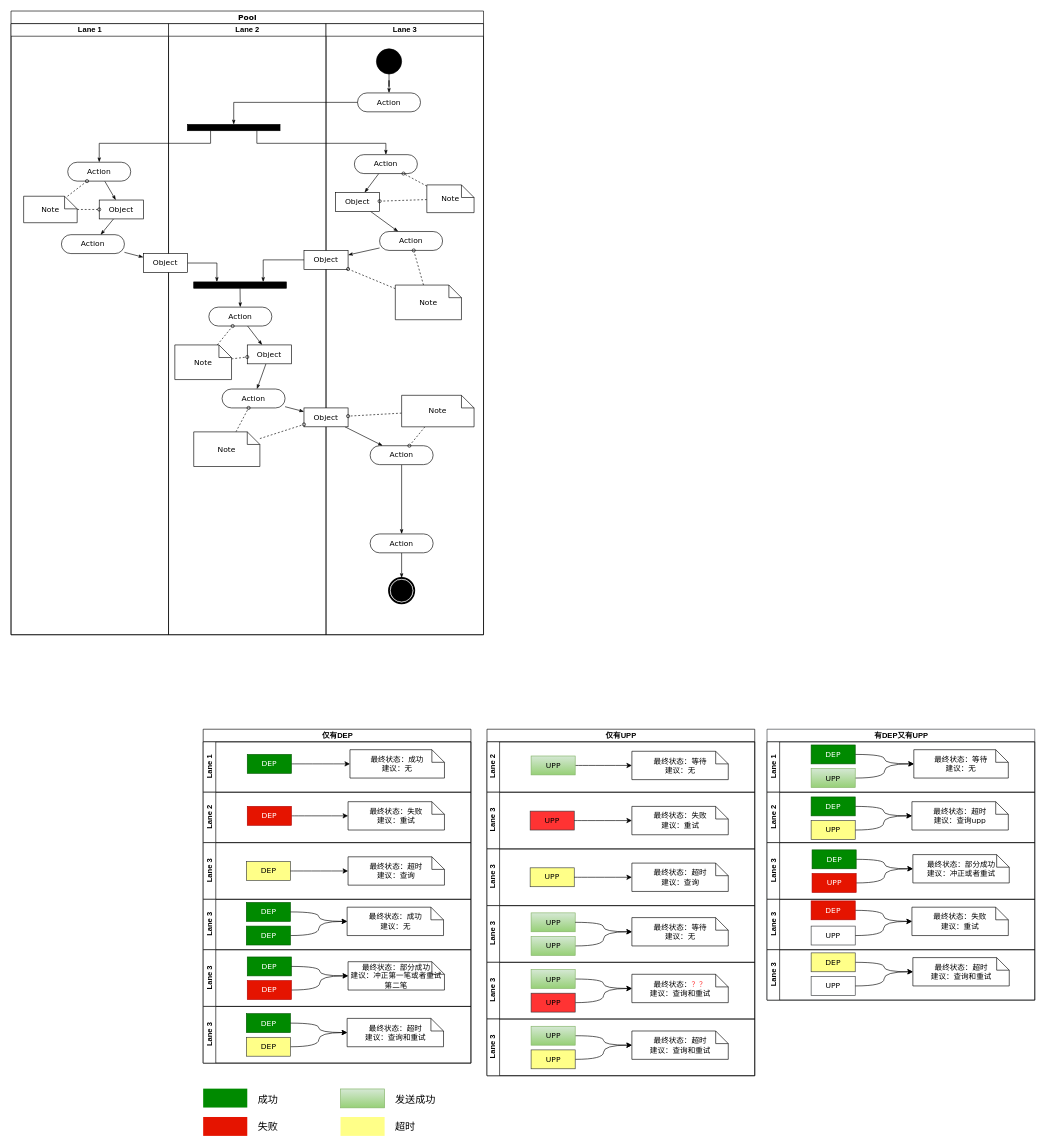
Above: 清算引擎交互流程图.drawio in staconfree/design (draw.io), before the change. Source tidied: cells renumbered, new cells numbered last; positions are measured from the earlier drawing's top-left corner, leaving out a move shared by most shapes. Both pictures are drawn from the tidied source at 63%, with x=0, y=0 at pixel (11, 11).
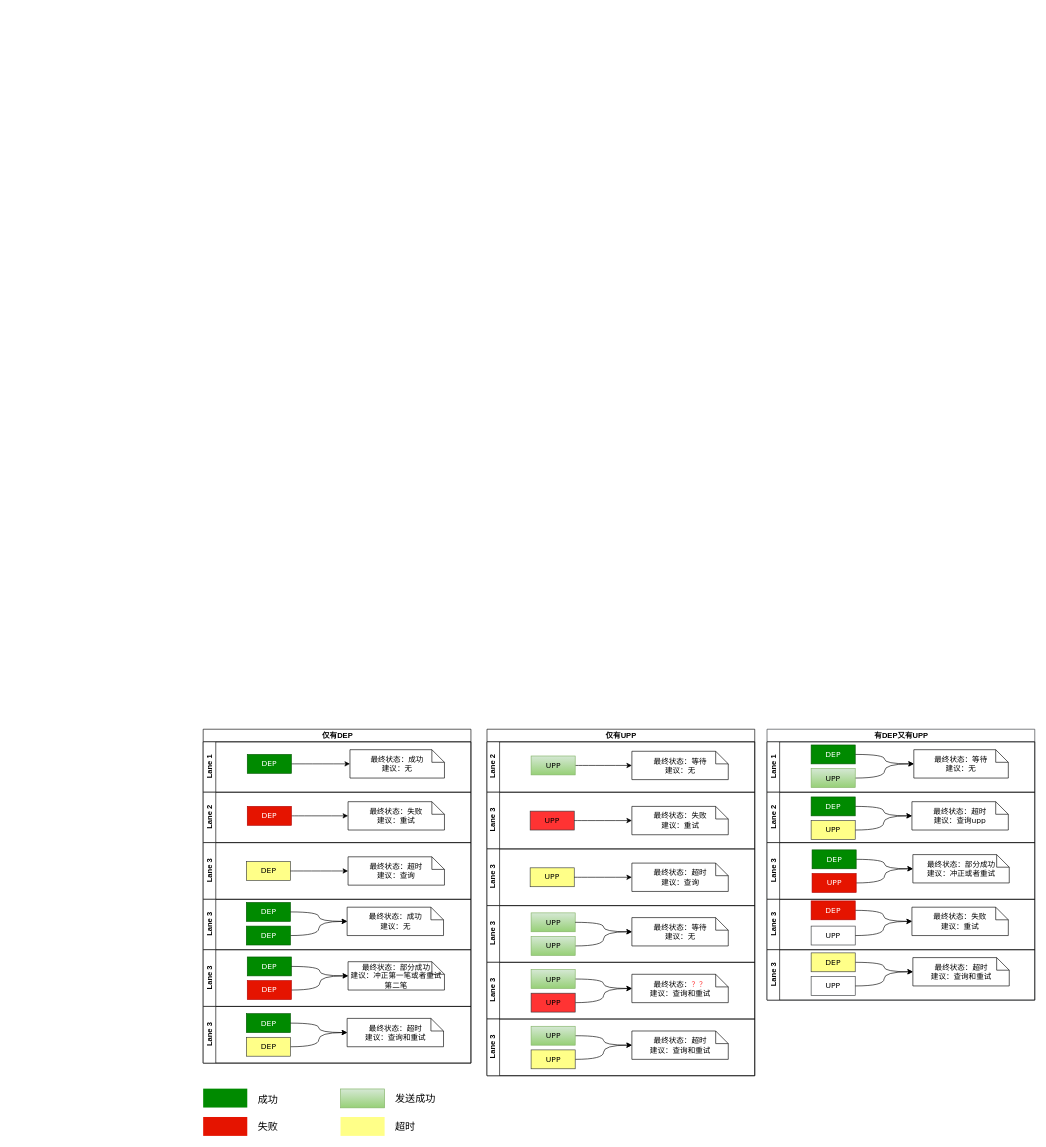
The same diagram, later.

Commit message (it also covers changes not shown here):
更新清算引擎交互流程图.drawio

What changed in the source:
```diff
@@
-    <mxCell id="2" value="Pool" style="swimlane;html=1;startSize=20;rounded=0;shadow=0;comic=0;labelBackgroundColor=none;strokeColor=#000000;strokeWidth=1;fillColor=#ffffff;fontFamily=Verdana;fontSize=12;fontColor=#000000;align=center;" parent="1" vertex="1">
-      <mxGeometry width="750" height="990" as="geometry" />
-    </mxCell>
-    <mxCell id="3" value="Lane 1" style="swimlane;html=1;startSize=20;" parent="2" vertex="1">
-      <mxGeometry y="20" width="250" height="970" as="geometry" />
-    </mxCell>
-    <mxCell id="4" style="edgeStyle=none;rounded=0;html=1;labelBackgroundColor=none;startArrow=none;startFill=0;startSize=5;endArrow=classicThin;endFill=1;endSize=5;jettySize=auto;strokeColor=#000000;strokeWidth=1;fontFamily=Verdana;fontSize=12;fontColor=#000000;" parent="3" edge="1" source="5" target="8">
-      <mxGeometry relative="1" as="geometry" />
-    </mxCell>
-    <mxCell id="5" value="Action" style="rounded=1;whiteSpace=wrap;html=1;shadow=0;comic=0;labelBackgroundColor=none;strokeColor=#000000;strokeWidth=1;fillColor=#ffffff;fontFamily=Verdana;fontSize=12;fontColor=#000000;align=center;arcSize=50;" parent="3" vertex="1">
-      <mxGeometry x="90" y="220" width="100" height="30" as="geometry" />
-    </mxCell>
-    <mxCell id="6" value="Action" style="rounded=1;whiteSpace=wrap;html=1;shadow=0;comic=0;labelBackgroundColor=none;strokeColor=#000000;strokeWidth=1;fillColor=#ffffff;fontFamily=Verdana;fontSize=12;fontColor=#000000;align=center;arcSize=50;" parent="3" vertex="1">
-      <mxGeometry x="80" y="335" width="100" height="30" as="geometry" />
-    </mxCell>
-    <mxCell id="7" style="edgeStyle=none;rounded=0;html=1;labelBackgroundColor=none;startArrow=none;startFill=0;startSize=5;endArrow=classicThin;endFill=1;endSize=5;jettySize=auto;strokeColor=#000000;strokeWidth=1;fontFamily=Verdana;fontSize=12;fontColor=#000000;" parent="3" edge="1" source="8" target="6">
-      <mxGeometry relative="1" as="geometry" />
-    </mxCell>
-    <mxCell id="8" value="Object" style="rounded=0;whiteSpace=wrap;html=1;shadow=0;comic=0;labelBackgroundColor=none;strokeColor=#000000;strokeWidth=1;fillColor=#ffffff;fontFamily=Verdana;fontSize=12;fontColor=#000000;align=center;arcSize=50;" parent="3" vertex="1">
-      <mxGeometry x="140" y="280" width="70" height="30" as="geometry" />
-    </mxCell>
-    <mxCell id="9" style="edgeStyle=none;rounded=0;html=1;labelBackgroundColor=none;startArrow=none;startFill=0;startSize=5;endArrow=oval;endFill=0;endSize=5;jettySize=auto;strokeColor=#000000;strokeWidth=1;fontFamily=Verdana;fontSize=12;fontColor=#000000;dashed=1;" parent="3" edge="1" source="11" target="5">
-      <mxGeometry relative="1" as="geometry" />
-    </mxCell>
-    <mxCell id="10" style="edgeStyle=none;rounded=0;html=1;dashed=1;labelBackgroundColor=none;startArrow=none;startFill=0;startSize=5;endArrow=oval;endFill=0;endSize=5;jettySize=auto;strokeColor=#000000;strokeWidth=1;fontFamily=Verdana;fontSize=12;fontColor=#000000;" parent="3" edge="1" source="11" target="8">
-      <mxGeometry relative="1" as="geometry" />
-    </mxCell>
-    <mxCell id="11" value="Note" style="shape=note;whiteSpace=wrap;html=1;rounded=0;shadow=0;comic=0;labelBackgroundColor=none;strokeColor=#000000;strokeWidth=1;fillColor=#ffffff;fontFamily=Verdana;fontSize=12;fontColor=#000000;align=center;size=20;" parent="3" vertex="1">
-      <mxGeometry x="20" y="274" width="85" height="42" as="geometry" />
-    </mxCell>
-    <mxCell id="12" value="Lane 2" style="swimlane;html=1;startSize=20;" parent="2" vertex="1">
-      <mxGeometry x="250" y="20" width="250" height="970" as="geometry" />
-    </mxCell>
-    <mxCell id="13" style="whiteSpace=wrap;html=1;rounded=0;shadow=0;comic=0;labelBackgroundColor=none;strokeColor=#000000;strokeWidth=1;fillColor=#000000;fontFamily=Verdana;fontSize=12;fontColor=#000000;align=center;rotation=0;" parent="12" vertex="1">
-      <mxGeometry x="30" y="160" width="147" height="10" as="geometry" />
-    </mxCell>
-    <mxCell id="14" style="edgeStyle=none;rounded=0;html=1;labelBackgroundColor=none;startArrow=none;startFill=0;startSize=5;endArrow=classicThin;endFill=1;endSize=5;jettySize=auto;strokeColor=#000000;strokeWidth=1;fontFamily=Verdana;fontSize=12;fontColor=#000000;" parent="12" edge="1" source="15" target="21">
-      <mxGeometry relative="1" as="geometry" />
-    </mxCell>
-    <mxCell id="15" value="Action" style="rounded=1;whiteSpace=wrap;html=1;shadow=0;comic=0;labelBackgroundColor=none;strokeColor=#000000;strokeWidth=1;fillColor=#ffffff;fontFamily=Verdana;fontSize=12;fontColor=#000000;align=center;arcSize=50;" parent="12" vertex="1">
-      <mxGeometry x="64" y="450" width="100" height="30" as="geometry" />
-    </mxCell>
-    <mxCell id="16" style="edgeStyle=none;rounded=0;html=1;labelBackgroundColor=none;startArrow=none;startFill=0;startSize=5;endArrow=classicThin;endFill=1;endSize=5;jettySize=auto;strokeColor=#000000;strokeWidth=1;fontFamily=Verdana;fontSize=12;fontColor=#000000;" parent="12" edge="1" source="17" target="15">
-      <mxGeometry relative="1" as="geometry" />
-    </mxCell>
-    <mxCell id="17" style="whiteSpace=wrap;html=1;rounded=0;shadow=0;comic=0;labelBackgroundColor=none;strokeColor=#000000;strokeWidth=1;fillColor=#000000;fontFamily=Verdana;fontSize=12;fontColor=#000000;align=center;rotation=0;" parent="12" vertex="1">
-      <mxGeometry x="40" y="410" width="147" height="10" as="geometry" />
-    </mxCell>
-    <mxCell id="18" style="edgeStyle=orthogonalEdgeStyle;rounded=0;html=1;entryX=0.25;entryY=0;labelBackgroundColor=none;startArrow=none;startFill=0;startSize=5;endArrow=classicThin;endFill=1;endSize=5;jettySize=auto;strokeColor=#000000;strokeWidth=1;fontFamily=Verdana;fontSize=12;fontColor=#000000;" parent="12" edge="1" source="19" target="17">
-      <mxGeometry relative="1" as="geometry" />
-    </mxCell>
-    <mxCell id="19" value="Object" style="rounded=0;whiteSpace=wrap;html=1;shadow=0;comic=0;labelBackgroundColor=none;strokeColor=#000000;strokeWidth=1;fillColor=#ffffff;fontFamily=Verdana;fontSize=12;fontColor=#000000;align=center;arcSize=50;" parent="12" vertex="1">
-      <mxGeometry x="-40" y="365" width="70" height="30" as="geometry" />
-    </mxCell>
-    <mxCell id="20" style="edgeStyle=none;rounded=0;html=1;labelBackgroundColor=none;startArrow=none;startFill=0;startSize=5;endArrow=classicThin;endFill=1;endSize=5;jettySize=auto;strokeColor=#000000;strokeWidth=1;fontFamily=Verdana;fontSize=12;fontColor=#000000;" parent="12" edge="1" source="21" target="22">
-      <mxGeometry relative="1" as="geometry" />
-    </mxCell>
-    <mxCell id="21" value="Object" style="rounded=0;whiteSpace=wrap;html=1;shadow=0;comic=0;labelBackgroundColor=none;strokeColor=#000000;strokeWidth=1;fillColor=#ffffff;fontFamily=Verdana;fontSize=12;fontColor=#000000;align=center;arcSize=50;" parent="12" vertex="1">
-      <mxGeometry x="125" y="510" width="70" height="30" as="geometry" />
-    </mxCell>
-    <mxCell id="22" value="Action" style="rounded=1;whiteSpace=wrap;html=1;shadow=0;comic=0;labelBackgroundColor=none;strokeColor=#000000;strokeWidth=1;fillColor=#ffffff;fontFamily=Verdana;fontSize=12;fontColor=#000000;align=center;arcSize=50;" parent="12" vertex="1">
-      <mxGeometry x="85" y="580" width="100" height="30" as="geometry" />
-    </mxCell>
-    <mxCell id="23" style="edgeStyle=none;rounded=0;html=1;dashed=1;labelBackgroundColor=none;startArrow=none;startFill=0;startSize=5;endArrow=oval;endFill=0;endSize=5;jettySize=auto;strokeColor=#000000;strokeWidth=1;fontFamily=Verdana;fontSize=12;fontColor=#000000;" parent="12" edge="1" source="25" target="15">
-      <mxGeometry relative="1" as="geometry" />
-    </mxCell>
-    <mxCell id="24" style="edgeStyle=none;rounded=0;html=1;dashed=1;labelBackgroundColor=none;startArrow=none;startFill=0;startSize=5;endArrow=oval;endFill=0;endSize=5;jettySize=auto;strokeColor=#000000;strokeWidth=1;fontFamily=Verdana;fontSize=12;fontColor=#000000;" parent="12" edge="1" source="25" target="21">
-      <mxGeometry relative="1" as="geometry" />
-    </mxCell>
-    <mxCell id="25" value="Note" style="shape=note;whiteSpace=wrap;html=1;rounded=0;shadow=0;comic=0;labelBackgroundColor=none;strokeColor=#000000;strokeWidth=1;fillColor=#ffffff;fontFamily=Verdana;fontSize=12;fontColor=#000000;align=center;size=20;" parent="12" vertex="1">
-      <mxGeometry x="10" y="510" width="90" height="55" as="geometry" />
-    </mxCell>
-    <mxCell id="26" style="edgeStyle=none;rounded=0;html=1;dashed=1;labelBackgroundColor=none;startArrow=none;startFill=0;startSize=5;endArrow=oval;endFill=0;endSize=5;jettySize=auto;strokeColor=#000000;strokeWidth=1;fontFamily=Verdana;fontSize=12;fontColor=#000000;" parent="12" edge="1" source="27" target="22">
-      <mxGeometry relative="1" as="geometry" />
-    </mxCell>
-    <mxCell id="27" value="Note" style="shape=note;whiteSpace=wrap;html=1;rounded=0;shadow=0;comic=0;labelBackgroundColor=none;strokeColor=#000000;strokeWidth=1;fillColor=#ffffff;fontFamily=Verdana;fontSize=12;fontColor=#000000;align=center;size=20;" parent="12" vertex="1">
-      <mxGeometry x="40" y="648" width="105" height="55" as="geometry" />
-    </mxCell>
-    <mxCell id="28" value="Lane 3" style="swimlane;html=1;startSize=20;" parent="2" vertex="1">
-      <mxGeometry x="500" y="20" width="250" height="970" as="geometry" />
-    </mxCell>
-    <mxCell id="29" style="edgeStyle=orthogonalEdgeStyle;rounded=0;html=1;labelBackgroundColor=none;startArrow=none;startFill=0;startSize=5;endArrow=classicThin;endFill=1;endSize=5;jettySize=auto;strokeColor=#000000;strokeWidth=1;fontFamily=Verdana;fontSize=12;fontColor=#000000;" parent="28" edge="1" source="30" target="31">
-      <mxGeometry relative="1" as="geometry" />
-    </mxCell>
-    <mxCell id="30" style="ellipse;whiteSpace=wrap;html=1;rounded=0;shadow=0;comic=0;labelBackgroundColor=none;strokeColor=#000000;strokeWidth=1;fillColor=#000000;fontFamily=Verdana;fontSize=12;fontColor=#000000;align=center;" parent="28" vertex="1">
-      <mxGeometry x="80" y="40" width="40" height="40" as="geometry" />
-    </mxCell>
-    <mxCell id="31" value="Action" style="rounded=1;whiteSpace=wrap;html=1;shadow=0;comic=0;labelBackgroundColor=none;strokeColor=#000000;strokeWidth=1;fillColor=#ffffff;fontFamily=Verdana;fontSize=12;fontColor=#000000;align=center;arcSize=50;" parent="28" vertex="1">
-      <mxGeometry x="50" y="110" width="100" height="30" as="geometry" />
-    </mxCell>
-    <mxCell id="32" style="rounded=0;html=1;labelBackgroundColor=none;startArrow=none;startFill=0;startSize=5;endArrow=classicThin;endFill=1;endSize=5;jettySize=auto;strokeColor=#000000;strokeWidth=1;fontFamily=Verdana;fontSize=12;fontColor=#000000;" parent="28" edge="1" source="33" target="37">
-      <mxGeometry relative="1" as="geometry" />
-    </mxCell>
-    <mxCell id="33" value="Action" style="rounded=1;whiteSpace=wrap;html=1;shadow=0;comic=0;labelBackgroundColor=none;strokeColor=#000000;strokeWidth=1;fillColor=#ffffff;fontFamily=Verdana;fontSize=12;fontColor=#000000;align=center;arcSize=50;" parent="28" vertex="1">
-      <mxGeometry x="45" y="208" width="100" height="30" as="geometry" />
-    </mxCell>
-    <mxCell id="34" style="edgeStyle=none;rounded=0;html=1;labelBackgroundColor=none;startArrow=none;startFill=0;startSize=5;endArrow=classicThin;endFill=1;endSize=5;jettySize=auto;strokeColor=#000000;strokeWidth=1;fontFamily=Verdana;fontSize=12;fontColor=#000000;" parent="28" edge="1" source="35" target="38">
-      <mxGeometry relative="1" as="geometry" />
-    </mxCell>
-    <mxCell id="35" value="Action" style="rounded=1;whiteSpace=wrap;html=1;shadow=0;comic=0;labelBackgroundColor=none;strokeColor=#000000;strokeWidth=1;fillColor=#ffffff;fontFamily=Verdana;fontSize=12;fontColor=#000000;align=center;arcSize=50;" parent="28" vertex="1">
-      <mxGeometry x="85" y="330" width="100" height="30" as="geometry" />
-    </mxCell>
-    <mxCell id="36" style="edgeStyle=none;rounded=0;html=1;labelBackgroundColor=none;startArrow=none;startFill=0;startSize=5;endArrow=classicThin;endFill=1;endSize=5;jettySize=auto;strokeColor=#000000;strokeWidth=1;fontFamily=Verdana;fontSize=12;fontColor=#000000;" parent="28" edge="1" source="37" target="35">
-      <mxGeometry relative="1" as="geometry" />
-    </mxCell>
-    <mxCell id="37" value="Object" style="rounded=0;whiteSpace=wrap;html=1;shadow=0;comic=0;labelBackgroundColor=none;strokeColor=#000000;strokeWidth=1;fillColor=#ffffff;fontFamily=Verdana;fontSize=12;fontColor=#000000;align=center;arcSize=50;" parent="28" vertex="1">
-      <mxGeometry x="15" y="268" width="70" height="30" as="geometry" />
-    </mxCell>
-    <mxCell id="38" value="Object" style="rounded=0;whiteSpace=wrap;html=1;shadow=0;comic=0;labelBackgroundColor=none;strokeColor=#000000;strokeWidth=1;fillColor=#ffffff;fontFamily=Verdana;fontSize=12;fontColor=#000000;align=center;arcSize=50;" parent="28" vertex="1">
-      <mxGeometry x="-35" y="360" width="70" height="30" as="geometry" />
-    </mxCell>
-    <mxCell id="39" style="edgeStyle=none;rounded=0;html=1;labelBackgroundColor=none;startArrow=none;startFill=0;startSize=5;endArrow=classicThin;endFill=1;endSize=5;jettySize=auto;strokeColor=#000000;strokeWidth=1;fontFamily=Verdana;fontSize=12;fontColor=#000000;" parent="28" edge="1" source="40" target="42">
-      <mxGeometry relative="1" as="geometry" />
-    </mxCell>
-    <mxCell id="40" value="Object" style="rounded=0;whiteSpace=wrap;html=1;shadow=0;comic=0;labelBackgroundColor=none;strokeColor=#000000;strokeWidth=1;fillColor=#ffffff;fontFamily=Verdana;fontSize=12;fontColor=#000000;align=center;arcSize=50;" parent="28" vertex="1">
-      <mxGeometry x="-35" y="610" width="70" height="30" as="geometry" />
-    </mxCell>
-    <mxCell id="41" style="edgeStyle=none;rounded=0;html=1;labelBackgroundColor=none;startArrow=none;startFill=0;startSize=5;endArrow=classicThin;endFill=1;endSize=5;jettySize=auto;strokeColor=#000000;strokeWidth=1;fontFamily=Verdana;fontSize=12;fontColor=#000000;" parent="28" edge="1" source="42" target="44">
-      <mxGeometry relative="1" as="geometry" />
-    </mxCell>
-    <mxCell id="42" value="Action" style="rounded=1;whiteSpace=wrap;html=1;shadow=0;comic=0;labelBackgroundColor=none;strokeColor=#000000;strokeWidth=1;fillColor=#ffffff;fontFamily=Verdana;fontSize=12;fontColor=#000000;align=center;arcSize=50;" parent="28" vertex="1">
-      <mxGeometry x="70" y="670" width="100" height="30" as="geometry" />
-    </mxCell>
-    <mxCell id="43" style="edgeStyle=none;rounded=0;html=1;labelBackgroundColor=none;startArrow=none;startFill=0;startSize=5;endArrow=classicThin;endFill=1;endSize=5;jettySize=auto;strokeColor=#000000;strokeWidth=1;fontFamily=Verdana;fontSize=12;fontColor=#000000;" parent="28" edge="1" source="44" target="45">
-      <mxGeometry relative="1" as="geometry" />
-    </mxCell>
-    <mxCell id="44" value="Action" style="rounded=1;whiteSpace=wrap;html=1;shadow=0;comic=0;labelBackgroundColor=none;strokeColor=#000000;strokeWidth=1;fillColor=#ffffff;fontFamily=Verdana;fontSize=12;fontColor=#000000;align=center;arcSize=50;" parent="28" vertex="1">
-      <mxGeometry x="70" y="810" width="100" height="30" as="geometry" />
-    </mxCell>
-    <mxCell id="45" style="shape=mxgraph.bpmn.shape;html=1;verticalLabelPosition=bottom;labelBackgroundColor=#ffffff;verticalAlign=top;perimeter=ellipsePerimeter;outline=end;symbol=terminate;rounded=0;shadow=0;comic=0;strokeColor=#000000;strokeWidth=1;fillColor=#ffffff;fontFamily=Verdana;fontSize=12;fontColor=#000000;align=center;" parent="28" vertex="1">
-      <mxGeometry x="100" y="880" width="40" height="40" as="geometry" />
-    </mxCell>
-    <mxCell id="46" style="edgeStyle=none;rounded=0;html=1;dashed=1;labelBackgroundColor=none;startArrow=none;startFill=0;startSize=5;endArrow=oval;endFill=0;endSize=5;jettySize=auto;strokeColor=#000000;strokeWidth=1;fontFamily=Verdana;fontSize=12;fontColor=#000000;" parent="28" edge="1" source="48" target="33">
-      <mxGeometry relative="1" as="geometry" />
-    </mxCell>
-    <mxCell id="47" style="edgeStyle=none;rounded=0;html=1;dashed=1;labelBackgroundColor=none;startArrow=none;startFill=0;startSize=5;endArrow=oval;endFill=0;endSize=5;jettySize=auto;strokeColor=#000000;strokeWidth=1;fontFamily=Verdana;fontSize=12;fontColor=#000000;" parent="28" edge="1" source="48" target="37">
-      <mxGeometry relative="1" as="geometry" />
-    </mxCell>
-    <mxCell id="48" value="Note" style="shape=note;whiteSpace=wrap;html=1;rounded=0;shadow=0;comic=0;labelBackgroundColor=none;strokeColor=#000000;strokeWidth=1;fillColor=#ffffff;fontFamily=Verdana;fontSize=12;fontColor=#000000;align=center;size=20;" parent="28" vertex="1">
-      <mxGeometry x="160" y="256" width="75" height="44" as="geometry" />
-    </mxCell>
-    <mxCell id="49" style="edgeStyle=none;rounded=0;html=1;dashed=1;labelBackgroundColor=none;startArrow=none;startFill=0;startSize=5;endArrow=oval;endFill=0;endSize=5;jettySize=auto;strokeColor=#000000;strokeWidth=1;fontFamily=Verdana;fontSize=12;fontColor=#000000;" parent="28" edge="1" source="51" target="35">
-      <mxGeometry relative="1" as="geometry" />
-    </mxCell>
-    <mxCell id="50" style="edgeStyle=none;rounded=0;html=1;dashed=1;labelBackgroundColor=none;startArrow=none;startFill=0;startSize=5;endArrow=oval;endFill=0;endSize=5;jettySize=auto;strokeColor=#000000;strokeWidth=1;fontFamily=Verdana;fontSize=12;fontColor=#000000;" parent="28" edge="1" source="51" target="38">
-      <mxGeometry relative="1" as="geometry" />
-    </mxCell>
-    <mxCell id="51" value="Note" style="shape=note;whiteSpace=wrap;html=1;rounded=0;shadow=0;comic=0;labelBackgroundColor=none;strokeColor=#000000;strokeWidth=1;fillColor=#ffffff;fontFamily=Verdana;fontSize=12;fontColor=#000000;align=center;size=20;" parent="28" vertex="1">
-      <mxGeometry x="110" y="415" width="105" height="55" as="geometry" />
-    </mxCell>
-    <mxCell id="52" style="edgeStyle=none;rounded=0;html=1;dashed=1;labelBackgroundColor=none;startArrow=none;startFill=0;startSize=5;endArrow=oval;endFill=0;endSize=5;jettySize=auto;strokeColor=#000000;strokeWidth=1;fontFamily=Verdana;fontSize=12;fontColor=#000000;" parent="28" edge="1" source="54" target="42">
-      <mxGeometry relative="1" as="geometry" />
-    </mxCell>
-    <mxCell id="53" style="edgeStyle=none;rounded=0;html=1;dashed=1;labelBackgroundColor=none;startArrow=none;startFill=0;startSize=5;endArrow=oval;endFill=0;endSize=5;jettySize=auto;strokeColor=#000000;strokeWidth=1;fontFamily=Verdana;fontSize=12;fontColor=#000000;" parent="28" edge="1" source="54" target="40">
-      <mxGeometry relative="1" as="geometry" />
-    </mxCell>
-    <mxCell id="54" value="Note" style="shape=note;whiteSpace=wrap;html=1;rounded=0;shadow=0;comic=0;labelBackgroundColor=none;strokeColor=#000000;strokeWidth=1;fillColor=#ffffff;fontFamily=Verdana;fontSize=12;fontColor=#000000;align=center;size=20;" parent="28" vertex="1">
-      <mxGeometry x="120" y="590" width="115" height="50" as="geometry" />
-    </mxCell>
-    <mxCell id="55" style="edgeStyle=orthogonalEdgeStyle;rounded=0;html=1;entryX=0.5;entryY=0;labelBackgroundColor=none;startArrow=none;startFill=0;startSize=5;endArrow=classicThin;endFill=1;endSize=5;jettySize=auto;strokeColor=#000000;strokeWidth=1;fontFamily=Verdana;fontSize=12;fontColor=#000000;" parent="2" edge="1" source="31" target="13">
-      <mxGeometry relative="1" as="geometry">
-        <Array as="points">
-          <mxPoint x="354" y="145" />
-        </Array>
-      </mxGeometry>
-    </mxCell>
-    <mxCell id="56" style="edgeStyle=orthogonalEdgeStyle;rounded=0;html=1;exitX=0.75;exitY=1;labelBackgroundColor=none;startArrow=none;startFill=0;startSize=5;endArrow=classicThin;endFill=1;endSize=5;jettySize=auto;strokeColor=#000000;strokeWidth=1;fontFamily=Verdana;fontSize=12;fontColor=#000000;" parent="2" edge="1" source="13" target="33">
-      <mxGeometry relative="1" as="geometry">
-        <Array as="points">
-          <mxPoint x="390" y="210" />
-          <mxPoint x="595" y="210" />
-        </Array>
-      </mxGeometry>
-    </mxCell>
-    <mxCell id="57" style="edgeStyle=orthogonalEdgeStyle;rounded=0;html=1;exitX=0.25;exitY=1;entryX=0.5;entryY=0;labelBackgroundColor=none;startArrow=none;startFill=0;startSize=5;endArrow=classicThin;endFill=1;endSize=5;jettySize=auto;strokeColor=#000000;strokeWidth=1;fontFamily=Verdana;fontSize=12;fontColor=#000000;" parent="2" edge="1" source="13" target="5">
-      <mxGeometry relative="1" as="geometry">
-        <Array as="points">
-          <mxPoint x="317" y="210" />
-          <mxPoint x="140" y="210" />
-        </Array>
-      </mxGeometry>
-    </mxCell>
-    <mxCell id="58" style="edgeStyle=orthogonalEdgeStyle;rounded=0;html=1;entryX=0.75;entryY=0;labelBackgroundColor=none;startArrow=none;startFill=0;startSize=5;endArrow=classicThin;endFill=1;endSize=5;jettySize=auto;strokeColor=#000000;strokeWidth=1;fontFamily=Verdana;fontSize=12;fontColor=#000000;" parent="2" edge="1" source="38" target="17">
-      <mxGeometry relative="1" as="geometry" />
-    </mxCell>
-    <mxCell id="59" style="edgeStyle=none;rounded=0;html=1;labelBackgroundColor=none;startArrow=none;startFill=0;startSize=5;endArrow=classicThin;endFill=1;endSize=5;jettySize=auto;strokeColor=#000000;strokeWidth=1;fontFamily=Verdana;fontSize=12;fontColor=#000000;" parent="2" edge="1" source="6" target="19">
-      <mxGeometry relative="1" as="geometry" />
-    </mxCell>
-    <mxCell id="60" style="edgeStyle=none;rounded=0;html=1;labelBackgroundColor=none;startArrow=none;startFill=0;startSize=5;endArrow=classicThin;endFill=1;endSize=5;jettySize=auto;strokeColor=#000000;strokeWidth=1;fontFamily=Verdana;fontSize=12;fontColor=#000000;" parent="2" edge="1" source="22" target="40">
-      <mxGeometry relative="1" as="geometry" />
-    </mxCell>
-    <mxCell id="61" style="edgeStyle=none;rounded=0;html=1;dashed=1;labelBackgroundColor=none;startArrow=none;startFill=0;startSize=5;endArrow=oval;endFill=0;endSize=5;jettySize=auto;strokeColor=#000000;strokeWidth=1;fontFamily=Verdana;fontSize=12;fontColor=#000000;" parent="2" edge="1" source="27" target="40">
-      <mxGeometry relative="1" as="geometry" />
-    </mxCell>
```
